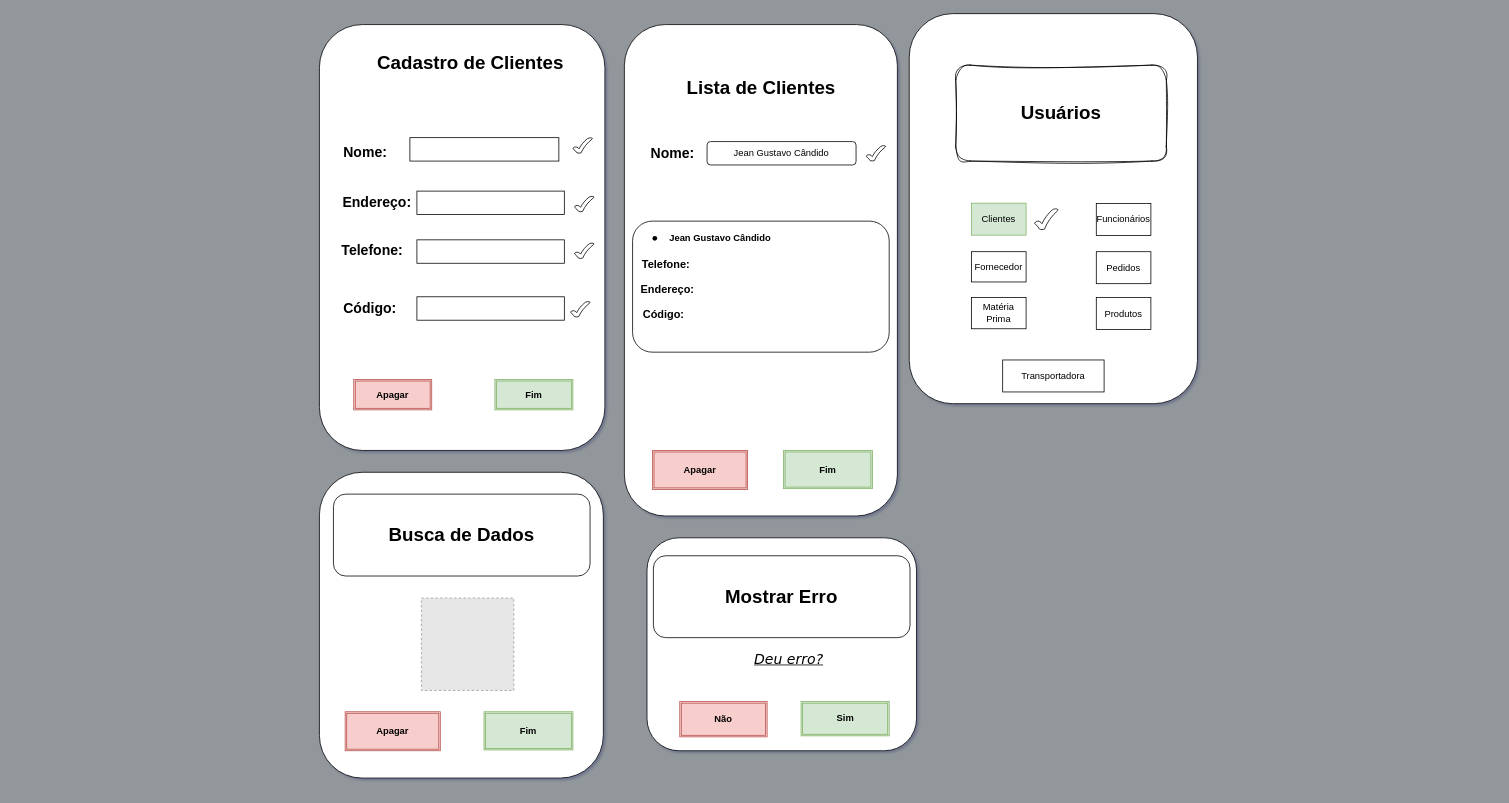
Earlier version of the draw.io diagram page "Página-8" (8 of 14) of DOC/FLUXOGRAMA.DRAWIO (jeangustavoo/diagrama). Source tidied: cells renumbered, new cells numbered last; positions are measured from the earlier drawing's top-left corner, leaving out a move shared by most shapes. Both pictures are drawn from the tidied source at 78%, with x=0, y=0 at pixel (319, 13). Pictures stored in the file or linked from it are replaced by grey dashed boxes.
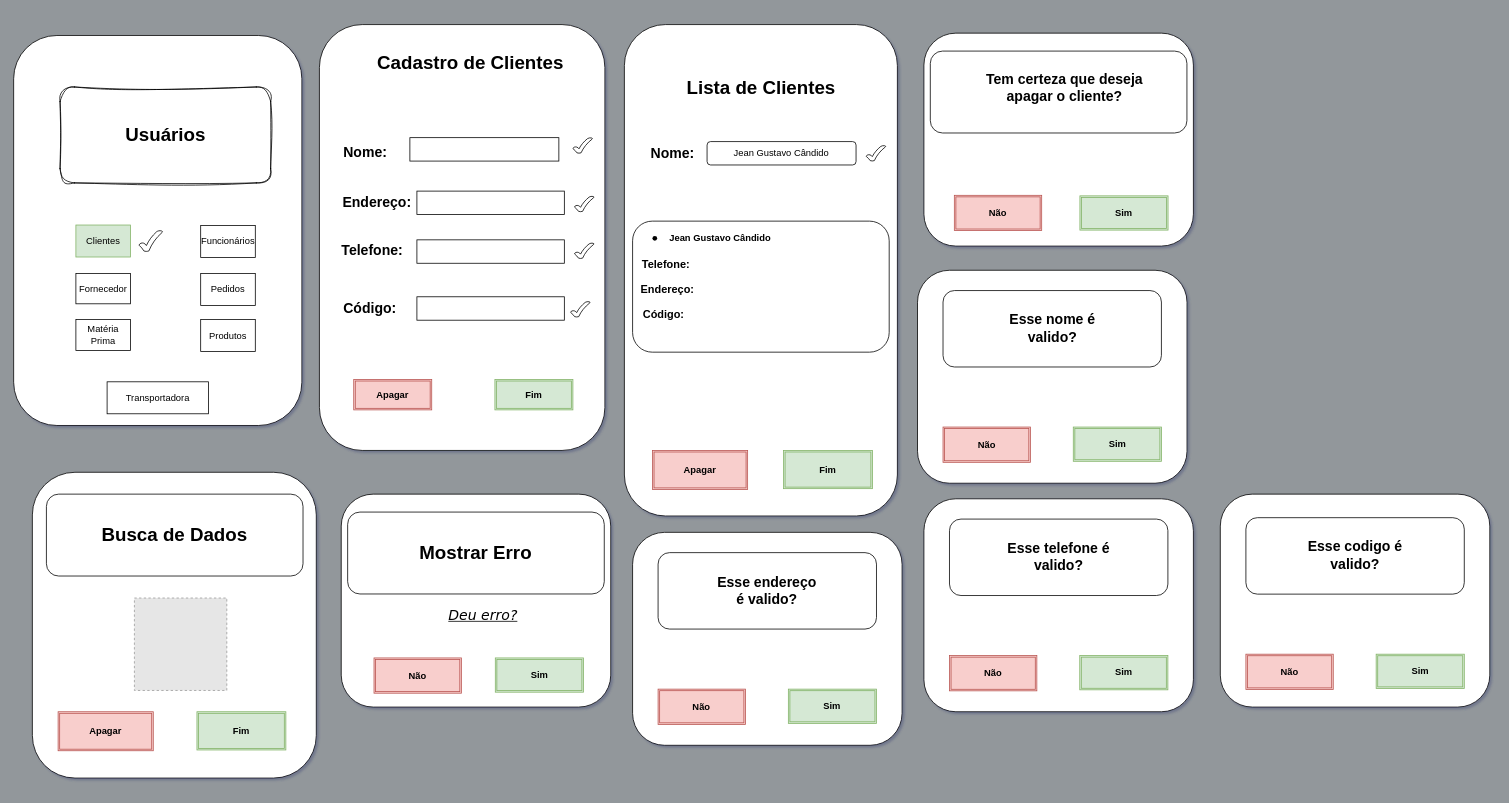
The same page after the edit.

Diff of the diagram source:
```diff
@@
     <mxCell id="28" style="rounded=1;whiteSpace=wrap;html=1;" parent="1" vertex="1">
-      <mxGeometry y="588" width="364" height="392" as="geometry" />
+      <mxGeometry x="-368" y="588" width="364" height="392" as="geometry" />
     </mxCell>
     <mxCell id="29" value="&lt;font face=&quot;Helvetica&quot;&gt;&lt;b&gt;Apagar&lt;/b&gt;&lt;/font&gt;" style="shape=ext;double=1;rounded=0;whiteSpace=wrap;html=1;hachureGap=4;fontFamily=Architects Daughter;fillColor=#f8cecc;strokeColor=#b85450;" parent="1" vertex="1">
-      <mxGeometry x="33" y="895" width="122" height="50" as="geometry" />
+      <mxGeometry x="-335" y="895" width="122" height="50" as="geometry" />
     </mxCell>
     <mxCell id="30" value="&lt;font face=&quot;Helvetica&quot;&gt;&lt;b&gt;Fim&lt;/b&gt;&lt;/font&gt;" style="shape=ext;double=1;rounded=0;whiteSpace=wrap;html=1;hachureGap=4;fontFamily=Architects Daughter;fillColor=#d5e8d4;strokeColor=#82b366;" parent="1" vertex="1">
-      <mxGeometry x="211" y="895" width="114" height="49" as="geometry" />
+      <mxGeometry x="-157" y="895" width="114" height="49" as="geometry" />
     </mxCell>
@@
     <mxCell id="33" style="fillColor=#E6E6E6;strokeColor=#999999;dashed=1;verticalLabelPosition=bottom;labelBackgroundColor=default;verticalAlign=top;" parent="1" vertex="1">
-      <mxGeometry x="130.8" y="749.2" width="118.5" height="118.5" as="geometry" />
+      <mxGeometry x="-237.2" y="749.2" width="118.5" height="118.5" as="geometry" />
     </mxCell>
     <mxCell id="34" value="&lt;b style=&quot;font-family: Helvetica; font-size: 24px; text-wrap: nowrap;&quot;&gt;Busca de Dados&lt;/b&gt;" style="rounded=1;whiteSpace=wrap;html=1;hachureGap=4;fontFamily=Architects Daughter;glass=0;shadow=0;fillColor=#FFFFFF;" parent="1" vertex="1">
-      <mxGeometry x="18" y="616" width="329" height="105" as="geometry" />
+      <mxGeometry x="-350" y="616" width="329" height="105" as="geometry" />
     </mxCell>
     <mxCell id="35" style="rounded=1;whiteSpace=wrap;html=1;" parent="1" vertex="1">
-      <mxGeometry x="420" y="672" width="345.5" height="273" as="geometry" />
+      <mxGeometry x="28" y="616" width="345.5" height="273" as="geometry" />
     </mxCell>
     <mxCell id="36" value="&lt;font face=&quot;Helvetica&quot;&gt;&lt;span style=&quot;font-size: 24px; text-wrap: nowrap;&quot;&gt;&lt;b&gt;Mostrar Erro&lt;/b&gt;&lt;/span&gt;&lt;/font&gt;" style="rounded=1;whiteSpace=wrap;html=1;hachureGap=4;fontFamily=Architects Daughter;glass=0;shadow=0;fillColor=#FFFFFF;" parent="1" vertex="1">
-      <mxGeometry x="428.2" y="695" width="329" height="105" as="geometry" />
+      <mxGeometry x="36.2" y="639" width="329" height="105" as="geometry" />
     </mxCell>
     <mxCell id="37" value="&lt;font face=&quot;Verdana&quot; style=&quot;font-size: 18px;&quot;&gt;&lt;i style=&quot;font-weight: normal;&quot;&gt;&lt;u&gt;Deu erro?&lt;/u&gt;&lt;/i&gt;&lt;/font&gt;" style="text;html=1;align=center;verticalAlign=middle;whiteSpace=wrap;rounded=0;fontFamily=Helvetica;fontStyle=1;" parent="1" vertex="1">
-      <mxGeometry x="483" y="800" width="238" height="54" as="geometry" />
+      <mxGeometry x="91" y="744" width="238" height="54" as="geometry" />
     </mxCell>
     <mxCell id="38" value="&lt;font face=&quot;Helvetica&quot;&gt;&lt;b&gt;Não&lt;/b&gt;&lt;/font&gt;" style="shape=ext;double=1;rounded=0;whiteSpace=wrap;html=1;hachureGap=4;fontFamily=Architects Daughter;fillColor=#f8cecc;strokeColor=#b85450;" parent="1" vertex="1">
-      <mxGeometry x="462" y="882" width="112" height="45.2" as="geometry" />
+      <mxGeometry x="70" y="826" width="112" height="45.2" as="geometry" />
     </mxCell>
     <mxCell id="39" value="&lt;font face=&quot;Helvetica&quot;&gt;&lt;b&gt;Sim&lt;/b&gt;&lt;/font&gt;" style="shape=ext;double=1;rounded=0;whiteSpace=wrap;html=1;hachureGap=4;fontFamily=Architects Daughter;fillColor=#d5e8d4;strokeColor=#82b366;" parent="1" vertex="1">
-      <mxGeometry x="617.5" y="882" width="113" height="43.9" as="geometry" />
+      <mxGeometry x="225.5" y="826" width="113" height="43.9" as="geometry" />
     </mxCell>
@@
-    <mxCell id="43" style="rounded=1;whiteSpace=wrap;html=1;" parent="1" vertex="1">
-      <mxGeometry x="756.2" width="369.5" height="500" as="geometry" />
-    </mxCell>
@@
+    <mxCell id="54" style="rounded=1;whiteSpace=wrap;html=1;" parent="1" vertex="1">
+      <mxGeometry x="401.5" y="665" width="345.5" height="273" as="geometry" />
+    </mxCell>
+    <mxCell id="55" style="rounded=1;whiteSpace=wrap;html=1;" parent="1" vertex="1">
+      <mxGeometry x="434.2" y="691" width="280" height="98" as="geometry" />
+    </mxCell>
+    <mxCell id="56" value="&lt;font style=&quot;font-size: 18px;&quot;&gt;&lt;b&gt;Esse endereço é valido?&lt;/b&gt;&lt;/font&gt;" style="text;html=1;align=center;verticalAlign=middle;whiteSpace=wrap;rounded=0;" parent="1" vertex="1">
+      <mxGeometry x="505.2" y="725" width="138" height="30" as="geometry" />
+    </mxCell>
+    <mxCell id="57" value="&lt;font face=&quot;Helvetica&quot;&gt;&lt;b&gt;Não&lt;/b&gt;&lt;/font&gt;" style="shape=ext;double=1;rounded=0;whiteSpace=wrap;html=1;hachureGap=4;fontFamily=Architects Daughter;fillColor=#f8cecc;strokeColor=#b85450;" parent="1" vertex="1">
+      <mxGeometry x="434.2" y="866" width="112" height="45.2" as="geometry" />
+    </mxCell>
+    <mxCell id="58" value="&lt;font face=&quot;Helvetica&quot;&gt;&lt;b&gt;Sim&lt;/b&gt;&lt;/font&gt;" style="shape=ext;double=1;rounded=0;whiteSpace=wrap;html=1;hachureGap=4;fontFamily=Architects Daughter;fillColor=#d5e8d4;strokeColor=#82b366;" parent="1" vertex="1">
+      <mxGeometry x="601.2" y="866" width="113" height="43.9" as="geometry" />
+    </mxCell>
+    <mxCell id="59" style="rounded=1;whiteSpace=wrap;html=1;" parent="1" vertex="1">
+      <mxGeometry x="-392" y="28" width="369.5" height="500" as="geometry" />
+    </mxCell>
+    <mxCell id="60" style="text;html=1;align=center;verticalAlign=middle;whiteSpace=wrap;rounded=0;" parent="1" vertex="1">
+      <mxGeometry x="-373.2" y="284" width="60" height="30" as="geometry" />
+    </mxCell>
     <mxCell id="45" value="&lt;b&gt;&lt;font style=&quot;font-size: 24px;&quot;&gt;Usuários&lt;/font&gt;&lt;/b&gt;" style="rounded=1;whiteSpace=wrap;html=1;sketch=1;curveFitting=1;jiggle=2;" parent="1" vertex="1">
-      <mxGeometry x="815.8" y="66" width="270" height="123" as="geometry" />
+      <mxGeometry x="-332.5" y="94" width="270" height="123" as="geometry" />
     </mxCell>
     <mxCell id="46" value="Clientes" style="rounded=0;whiteSpace=wrap;html=1;fillColor=#d5e8d4;strokeColor=#82b366;" parent="1" vertex="1">
-      <mxGeometry x="836" y="243" width="70" height="41" as="geometry" />
+      <mxGeometry x="-312.2" y="271" width="70" height="41" as="geometry" />
     </mxCell>
     <mxCell id="47" value="Fornecedor" style="rounded=0;whiteSpace=wrap;html=1;" parent="1" vertex="1">
-      <mxGeometry x="836" y="305.2" width="70" height="38.8" as="geometry" />
+      <mxGeometry x="-312.2" y="333.2" width="70" height="38.8" as="geometry" />
     </mxCell>
     <mxCell id="48" value="Matéria Prima" style="rounded=0;whiteSpace=wrap;html=1;" parent="1" vertex="1">
-      <mxGeometry x="836" y="364" width="70" height="40" as="geometry" />
+      <mxGeometry x="-312.2" y="392" width="70" height="40" as="geometry" />
     </mxCell>
     <mxCell id="49" value="Funcionários" style="rounded=0;whiteSpace=wrap;html=1;" parent="1" vertex="1">
-      <mxGeometry x="996" y="243.5" width="70" height="41" as="geometry" />
+      <mxGeometry x="-152.2" y="271.5" width="70" height="41" as="geometry" />
     </mxCell>
     <mxCell id="50" value="Pedidos" style="rounded=0;whiteSpace=wrap;html=1;" parent="1" vertex="1">
-      <mxGeometry x="996" y="305.2" width="70" height="41" as="geometry" />
+      <mxGeometry x="-152.2" y="333.2" width="70" height="41" as="geometry" />
     </mxCell>
     <mxCell id="51" value="Produtos" style="rounded=0;whiteSpace=wrap;html=1;" parent="1" vertex="1">
-      <mxGeometry x="996" y="364" width="70" height="41" as="geometry" />
+      <mxGeometry x="-152.2" y="392" width="70" height="41" as="geometry" />
     </mxCell>
     <mxCell id="52" value="Transportadora" style="rounded=0;whiteSpace=wrap;html=1;" parent="1" vertex="1">
-      <mxGeometry x="876" y="444" width="130" height="41" as="geometry" />
+      <mxGeometry x="-272.2" y="472" width="130" height="41" as="geometry" />
     </mxCell>
-    <mxCell id="53" style="verticalLabelPosition=bottom;verticalAlign=top;html=1;shape=mxgraph.basic.tick;" parent="1" vertex="1">
-      <mxGeometry x="917" y="250" width="30" height="27" as="geometry" />
-    </mxCell>
+    <mxCell id="61" style="verticalLabelPosition=bottom;verticalAlign=top;html=1;shape=mxgraph.basic.tick;" parent="1" vertex="1">
+      <mxGeometry x="-231.2" y="278" width="30" height="27" as="geometry" />
+    </mxCell>
+    <mxCell id="62" style="rounded=1;whiteSpace=wrap;html=1;" parent="1" vertex="1">
+      <mxGeometry x="775" y="25" width="345.5" height="273" as="geometry" />
+    </mxCell>
+    <mxCell id="63" style="rounded=1;whiteSpace=wrap;html=1;hachureGap=4;fontFamily=Architects Daughter;glass=0;shadow=0;fillColor=#FFFFFF;" parent="1" vertex="1">
+      <mxGeometry x="783.2" y="48" width="329" height="105" as="geometry" />
+    </mxCell>
+    <mxCell id="64" value="&lt;font style=&quot;font-size: 18px;&quot;&gt;&lt;b style=&quot;&quot;&gt;Tem certeza que deseja apagar o cliente?&lt;/b&gt;&lt;/font&gt;" style="text;html=1;align=center;verticalAlign=middle;whiteSpace=wrap;rounded=0;" parent="1" vertex="1">
+      <mxGeometry x="842.8" y="74" width="224.8" height="43" as="geometry" />
+    </mxCell>
+    <mxCell id="65" value="&lt;font face=&quot;Helvetica&quot;&gt;&lt;b&gt;Não&lt;/b&gt;&lt;/font&gt;" style="shape=ext;double=1;rounded=0;whiteSpace=wrap;html=1;hachureGap=4;fontFamily=Architects Daughter;fillColor=#f8cecc;strokeColor=#b85450;" parent="1" vertex="1">
+      <mxGeometry x="814" y="232.9" width="112" height="45.2" as="geometry" />
+    </mxCell>
+    <mxCell id="66" value="&lt;font face=&quot;Helvetica&quot;&gt;&lt;b&gt;Sim&lt;/b&gt;&lt;/font&gt;" style="shape=ext;double=1;rounded=0;whiteSpace=wrap;html=1;hachureGap=4;fontFamily=Architects Daughter;fillColor=#d5e8d4;strokeColor=#82b366;" parent="1" vertex="1">
+      <mxGeometry x="975" y="233.6" width="113" height="43.9" as="geometry" />
+    </mxCell>
+    <mxCell id="67" style="rounded=1;whiteSpace=wrap;html=1;" parent="1" vertex="1">
+      <mxGeometry x="766.8" y="329" width="345.5" height="273" as="geometry" />
+    </mxCell>
+    <mxCell id="68" style="rounded=1;whiteSpace=wrap;html=1;" parent="1" vertex="1">
+      <mxGeometry x="799.5" y="355" width="280" height="98" as="geometry" />
+    </mxCell>
+    <mxCell id="69" value="&lt;font style=&quot;font-size: 18px;&quot;&gt;&lt;b&gt;Esse nome é valido?&lt;/b&gt;&lt;/font&gt;" style="text;html=1;align=center;verticalAlign=middle;whiteSpace=wrap;rounded=0;" parent="1" vertex="1">
+      <mxGeometry x="870.5" y="389" width="138" height="30" as="geometry" />
+    </mxCell>
+    <mxCell id="70" value="&lt;font face=&quot;Helvetica&quot;&gt;&lt;b&gt;Não&lt;/b&gt;&lt;/font&gt;" style="shape=ext;double=1;rounded=0;whiteSpace=wrap;html=1;hachureGap=4;fontFamily=Architects Daughter;fillColor=#f8cecc;strokeColor=#b85450;" parent="1" vertex="1">
+      <mxGeometry x="799.5" y="530" width="112" height="45.2" as="geometry" />
+    </mxCell>
+    <mxCell id="71" value="&lt;font face=&quot;Helvetica&quot;&gt;&lt;b&gt;Sim&lt;/b&gt;&lt;/font&gt;" style="shape=ext;double=1;rounded=0;whiteSpace=wrap;html=1;hachureGap=4;fontFamily=Architects Daughter;fillColor=#d5e8d4;strokeColor=#82b366;" parent="1" vertex="1">
+      <mxGeometry x="966.5" y="530" width="113" height="43.9" as="geometry" />
+    </mxCell>
+    <mxCell id="72" style="rounded=1;whiteSpace=wrap;html=1;" parent="1" vertex="1">
+      <mxGeometry x="775" y="622" width="345.5" height="273" as="geometry" />
+    </mxCell>
+    <mxCell id="73" style="rounded=1;whiteSpace=wrap;html=1;" parent="1" vertex="1">
+      <mxGeometry x="807.8" y="648" width="280" height="98" as="geometry" />
+    </mxCell>
+    <mxCell id="74" value="&lt;font style=&quot;font-size: 18px;&quot;&gt;&lt;b&gt;Esse telefone&lt;/b&gt;&lt;b&gt;&amp;nbsp;é valido?&lt;/b&gt;&lt;/font&gt;" style="text;html=1;align=center;verticalAlign=middle;whiteSpace=wrap;rounded=0;" parent="1" vertex="1">
+      <mxGeometry x="878.8" y="682" width="138" height="30" as="geometry" />
+    </mxCell>
+    <mxCell id="75" value="&lt;font face=&quot;Helvetica&quot;&gt;&lt;b&gt;Não&lt;/b&gt;&lt;/font&gt;" style="shape=ext;double=1;rounded=0;whiteSpace=wrap;html=1;hachureGap=4;fontFamily=Architects Daughter;fillColor=#f8cecc;strokeColor=#b85450;" parent="1" vertex="1">
+      <mxGeometry x="807.8" y="823" width="112" height="45.2" as="geometry" />
+    </mxCell>
+    <mxCell id="76" value="&lt;font face=&quot;Helvetica&quot;&gt;&lt;b&gt;Sim&lt;/b&gt;&lt;/font&gt;" style="shape=ext;double=1;rounded=0;whiteSpace=wrap;html=1;hachureGap=4;fontFamily=Architects Daughter;fillColor=#d5e8d4;strokeColor=#82b366;" parent="1" vertex="1">
+      <mxGeometry x="974.8" y="823" width="113" height="43.9" as="geometry" />
+    </mxCell>
+    <mxCell id="77" style="rounded=1;whiteSpace=wrap;html=1;" parent="1" vertex="1">
+      <mxGeometry x="1155" y="616" width="345.5" height="273" as="geometry" />
+    </mxCell>
+    <mxCell id="78" style="rounded=1;whiteSpace=wrap;html=1;" parent="1" vertex="1">
+      <mxGeometry x="1187.8" y="646.2" width="280" height="98" as="geometry" />
+    </mxCell>
+    <mxCell id="79" value="&lt;font style=&quot;font-size: 18px;&quot;&gt;&lt;b&gt;Esse codigo é valido?&lt;/b&gt;&lt;/font&gt;" style="text;html=1;align=center;verticalAlign=middle;whiteSpace=wrap;rounded=0;" parent="1" vertex="1">
+      <mxGeometry x="1258.8" y="680.2" width="138" height="30" as="geometry" />
+    </mxCell>
+    <mxCell id="80" value="&lt;font face=&quot;Helvetica&quot;&gt;&lt;b&gt;Não&lt;/b&gt;&lt;/font&gt;" style="shape=ext;double=1;rounded=0;whiteSpace=wrap;html=1;hachureGap=4;fontFamily=Architects Daughter;fillColor=#f8cecc;strokeColor=#b85450;" parent="1" vertex="1">
+      <mxGeometry x="1187.8" y="821.2" width="112" height="45.2" as="geometry" />
+    </mxCell>
+    <mxCell id="81" value="&lt;font face=&quot;Helvetica&quot;&gt;&lt;b&gt;Sim&lt;/b&gt;&lt;/font&gt;" style="shape=ext;double=1;rounded=0;whiteSpace=wrap;html=1;hachureGap=4;fontFamily=Architects Daughter;fillColor=#d5e8d4;strokeColor=#82b366;" parent="1" vertex="1">
+      <mxGeometry x="1354.8" y="821.2" width="113" height="43.9" as="geometry" />
+    </mxCell>
```
